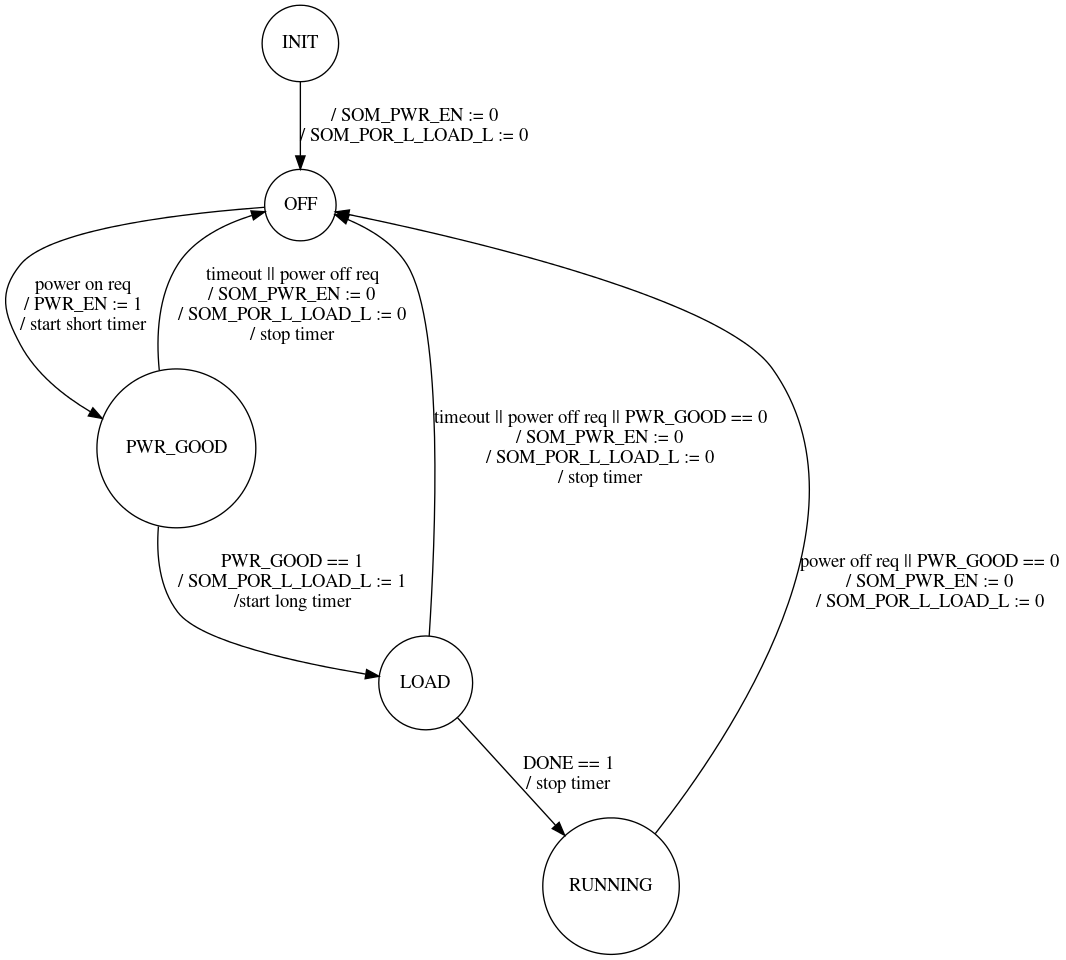
Before: v3/ec/doc/images/fpgaboot_sm.png, a diagram exported from Graphviz (chromium-full-mirror/chromiumos_platform_chameleon). Its source is kept beside it as v3/ec/doc/fpgaboot_sm.dot. Its diagram source:
```dot
/* SPDX-License-Identifier: BSD-3-Clause
 *
 * Copyright 2020 The Chromium OS Authors. All rights reserved.
 * Use of this source code is governed by a BSD-style license that can be
 * found in the LICENSE file.
 *
 * Graphviz "dot" source for the state machine diagram.
 */

digraph fpga_sm {
	node [shape = circle];

	INIT -> OFF [label = "/ SOM_PWR_EN := 0\n/ SOM_POR_L_LOAD_L := 0"];
	OFF -> PWR_GOOD [label = "power on req\n/ PWR_EN := 1\n/ start short timer"];
	PWR_GOOD -> LOAD [label = "PWR_GOOD == 1\n/ SOM_POR_L_LOAD_L := 1\n/start long timer"];
	PWR_GOOD -> OFF [label = "timeout || power off req\n/ SOM_PWR_EN := 0\n/ SOM_POR_L_LOAD_L := 0\n/ stop timer"];
	LOAD -> RUNNING [label ="DONE == 1\n/ stop timer"];
	LOAD -> OFF [label = "timeout || power off req || PWR_GOOD == 0\n/ SOM_PWR_EN := 0\n/ SOM_POR_L_LOAD_L := 0\n/ stop timer"];
	RUNNING -> OFF [label = "power off req || PWR_GOOD == 0\n/ SOM_PWR_EN := 0\n/ SOM_POR_L_LOAD_L := 0"];
}
```
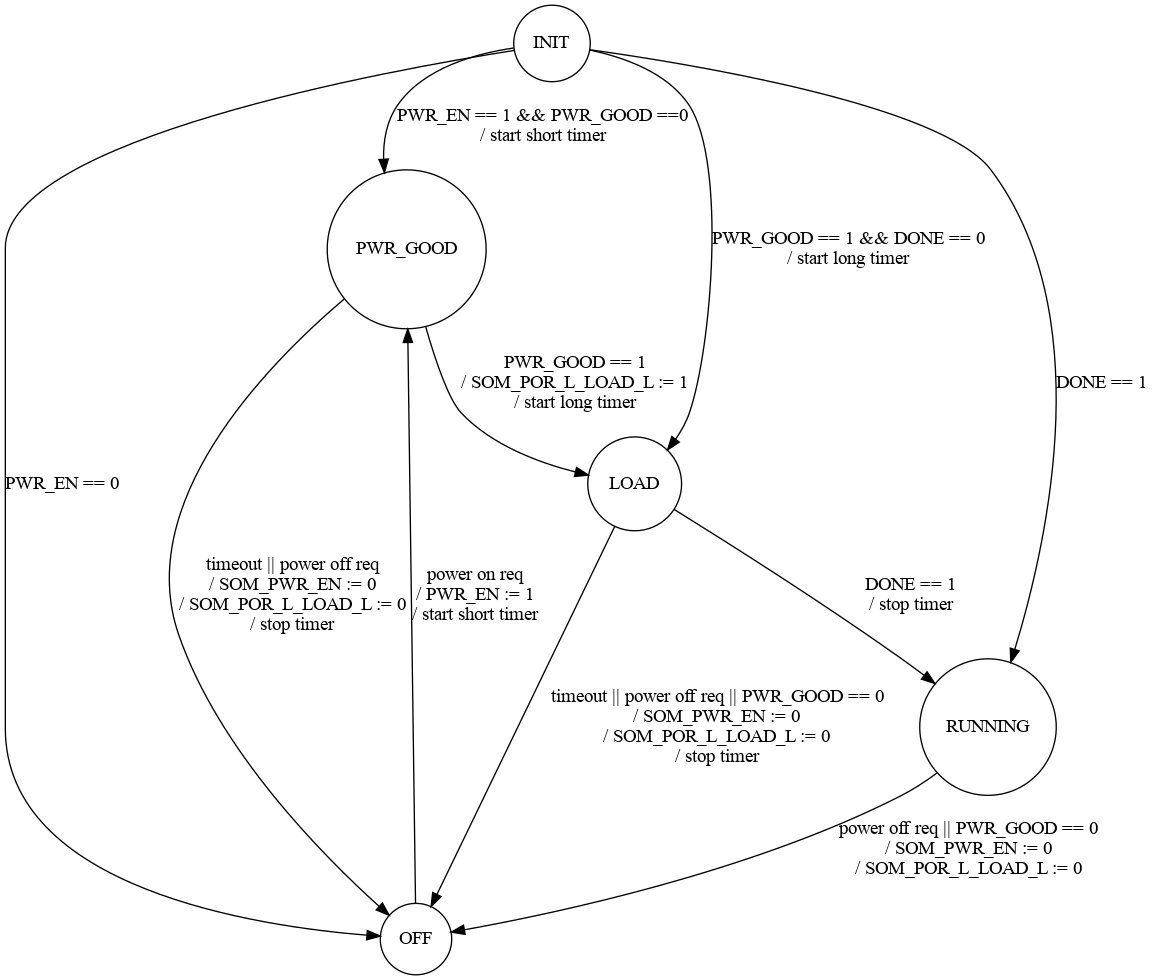
After the change.

The edit, as a diff of the source:
```diff
@@ -10,11 +10,17 @@
 digraph fpga_sm {
 	node [shape = circle];
 
-	INIT -> OFF [label = "/ SOM_PWR_EN := 0\n/ SOM_POR_L_LOAD_L := 0"];
+	INIT -> PWR_GOOD [label = "PWR_EN == 1 && PWR_GOOD ==0\n/ start short timer"];
+	INIT -> OFF [label = "PWR_EN == 0"];
+	INIT -> LOAD [label = "PWR_GOOD == 1 && DONE == 0\n/ start long timer"];
+	INIT -> RUNNING [label ="DONE == 1"];
+
 	OFF -> PWR_GOOD [label = "power on req\n/ PWR_EN := 1\n/ start short timer"];
-	PWR_GOOD -> LOAD [label = "PWR_GOOD == 1\n/ SOM_POR_L_LOAD_L := 1\n/start long timer"];
+	PWR_GOOD -> LOAD [label = "PWR_GOOD == 1\n/ SOM_POR_L_LOAD_L := 1\n/ start long timer"];
 	PWR_GOOD -> OFF [label = "timeout || power off req\n/ SOM_PWR_EN := 0\n/ SOM_POR_L_LOAD_L := 0\n/ stop timer"];
 	LOAD -> RUNNING [label ="DONE == 1\n/ stop timer"];
 	LOAD -> OFF [label = "timeout || power off req || PWR_GOOD == 0\n/ SOM_PWR_EN := 0\n/ SOM_POR_L_LOAD_L := 0\n/ stop timer"];
 	RUNNING -> OFF [label = "power off req || PWR_GOOD == 0\n/ SOM_PWR_EN := 0\n/ SOM_POR_L_LOAD_L := 0"];
+
+
 }
```
